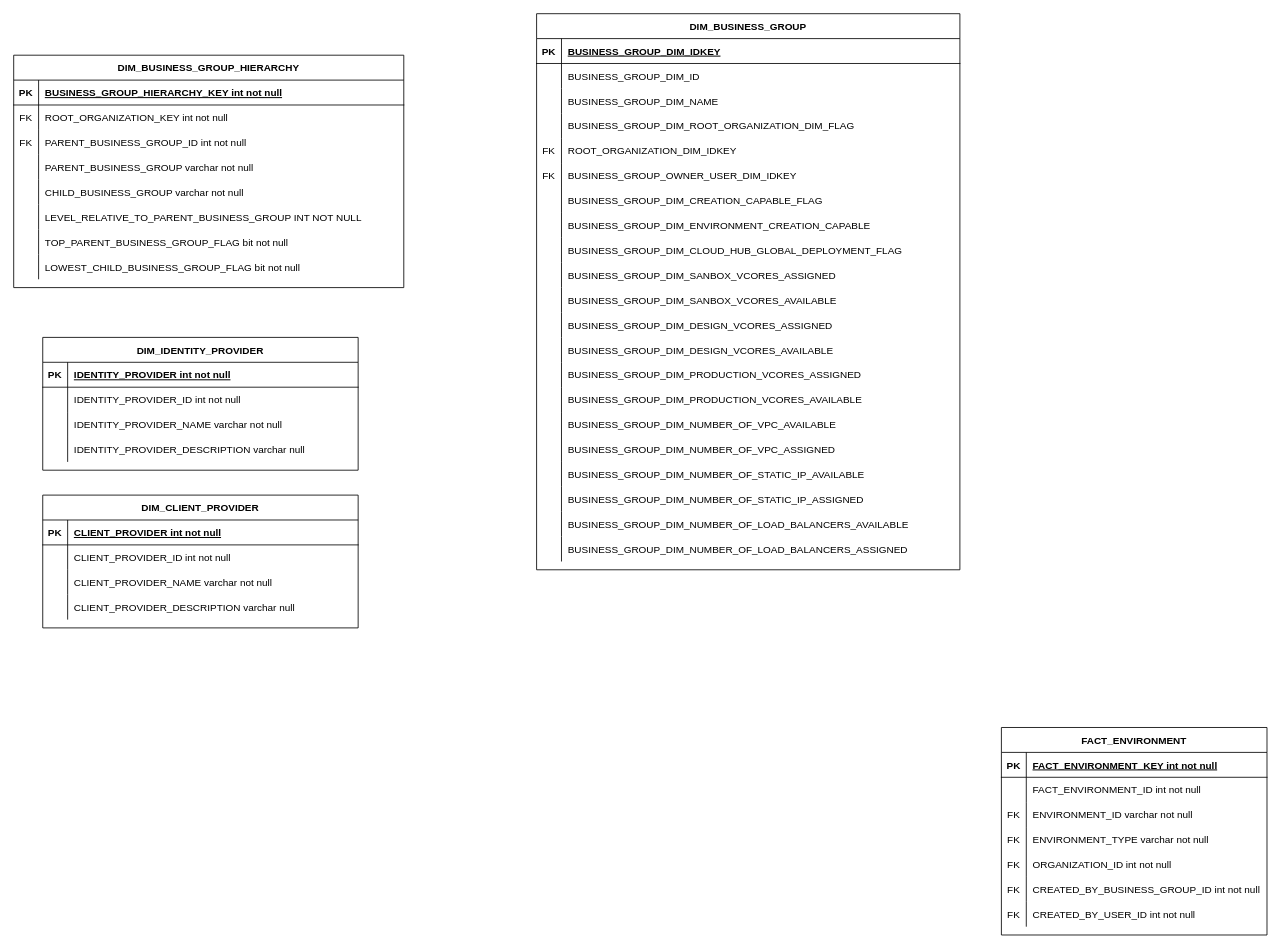
Before: page "PRODUCT DATA MART" (2 of 7) of product/documentation/anypoint_logical_data_model.drawio in sponram/customer_analytics, a draw.io diagram. Source tidied: cells renumbered, new cells numbered last; positions are measured from the earlier drawing's top-left corner, leaving out a move shared by most shapes. Both pictures are drawn from the tidied source at 83%, with x=0, y=0 at pixel (13, 13).
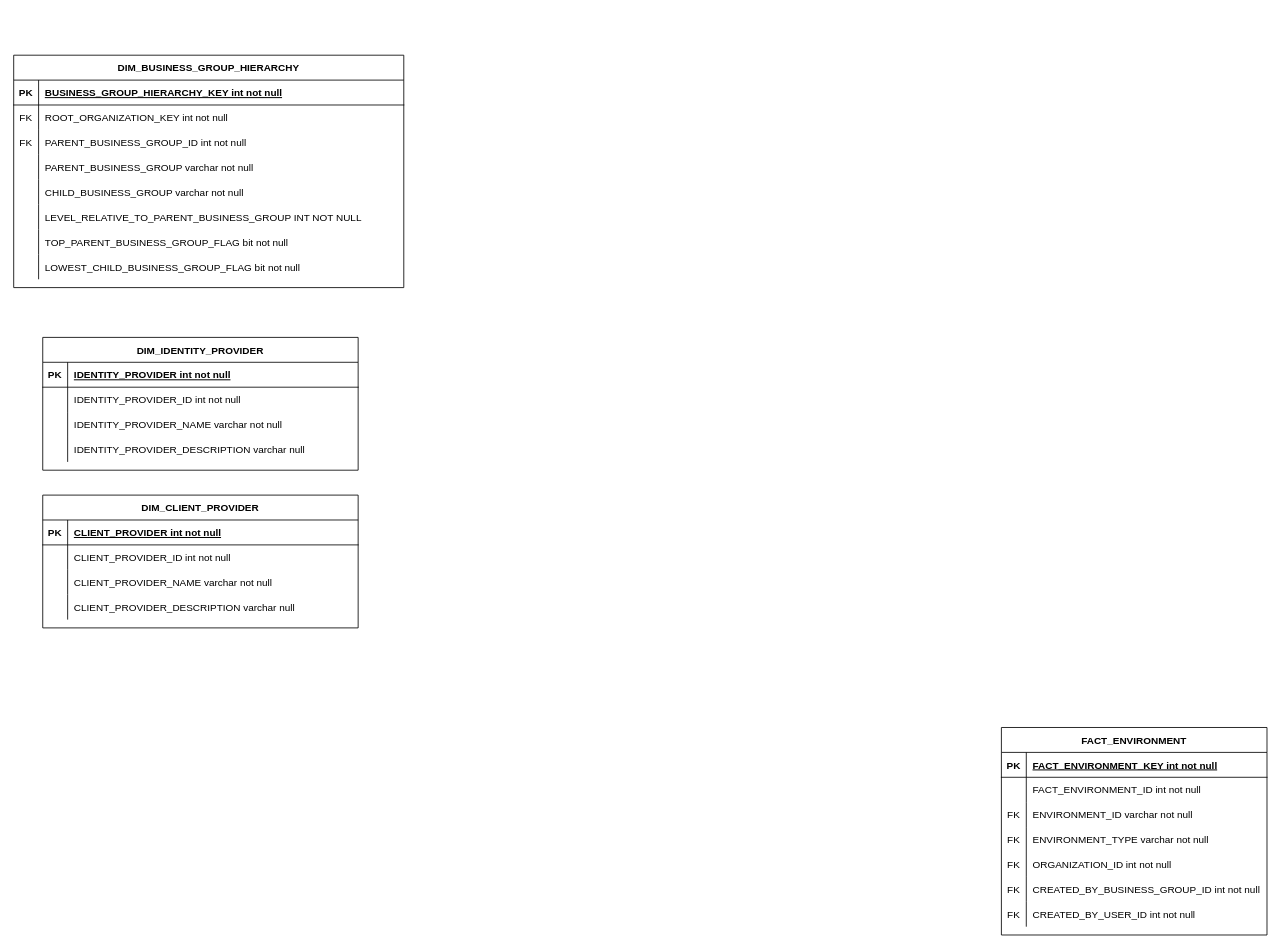
After the change.

Diff of the diagram source:
```diff
@@
-    <mxCell id="27" value="DIM_BUSINESS_GROUP" style="shape=table;startSize=30;childLayout=tableLayout;rowLines=0;fontStyle=1;align=center;fontSize=12;" parent="1" vertex="1">
-      <mxGeometry x="630" width="510" height="670" as="geometry" />
-    </mxCell>
-    <mxCell id="28" style="shape=tableRow;horizontal=0;startSize=0;swimlaneHead=0;swimlaneBody=0;fillColor=none;top=0;left=0;right=0;bottom=1;fontSize=12;" parent="27" vertex="1">
-      <mxGeometry y="30" width="510" height="30" as="geometry" />
-    </mxCell>
-    <mxCell id="29" value="PK" style="shape=partialRectangle;fillColor=none;top=0;left=0;bottom=0;right=0;fontStyle=1;overflow=hidden;fontSize=12;" parent="28" vertex="1">
-      <mxGeometry width="30" height="30" as="geometry" />
-    </mxCell>
-    <mxCell id="30" value="BUSINESS_GROUP_DIM_IDKEY" style="shape=partialRectangle;fillColor=none;top=0;left=0;bottom=0;right=0;align=left;spacingLeft=6;fontStyle=5;overflow=hidden;fontSize=12;" parent="28" vertex="1">
-      <mxGeometry x="30" width="480" height="30" as="geometry" />
-    </mxCell>
-    <mxCell id="31" style="shape=tableRow;horizontal=0;startSize=0;swimlaneHead=0;swimlaneBody=0;fillColor=none;top=0;left=0;right=0;bottom=0;fontSize=12;" parent="27" vertex="1">
-      <mxGeometry y="60" width="510" height="30" as="geometry" />
-    </mxCell>
-    <mxCell id="32" style="shape=partialRectangle;fillColor=none;top=0;left=0;bottom=0;right=0;overflow=hidden;fontSize=12;" parent="31" vertex="1">
-      <mxGeometry width="30" height="30" as="geometry" />
-    </mxCell>
-    <mxCell id="33" value="BUSINESS_GROUP_DIM_ID" style="shape=partialRectangle;fillColor=none;top=0;left=0;bottom=0;right=0;align=left;spacingLeft=6;overflow=hidden;fontSize=12;" parent="31" vertex="1">
-      <mxGeometry x="30" width="480" height="30" as="geometry" />
-    </mxCell>
-    <mxCell id="34" style="shape=tableRow;horizontal=0;startSize=0;swimlaneHead=0;swimlaneBody=0;fillColor=none;top=0;left=0;right=0;bottom=0;fontSize=12;" parent="27" vertex="1">
-      <mxGeometry y="90" width="510" height="30" as="geometry" />
-    </mxCell>
-    <mxCell id="35" style="shape=partialRectangle;fillColor=none;top=0;left=0;bottom=0;right=0;overflow=hidden;fontSize=12;" parent="34" vertex="1">
-      <mxGeometry width="30" height="30" as="geometry" />
-    </mxCell>
-    <mxCell id="36" value="BUSINESS_GROUP_DIM_NAME" style="shape=partialRectangle;fillColor=none;top=0;left=0;bottom=0;right=0;align=left;spacingLeft=6;overflow=hidden;fontSize=12;" parent="34" vertex="1">
-      <mxGeometry x="30" width="480" height="30" as="geometry" />
-    </mxCell>
-    <mxCell id="37" style="shape=tableRow;horizontal=0;startSize=0;swimlaneHead=0;swimlaneBody=0;fillColor=none;top=0;left=0;right=0;bottom=0;fontSize=12;" parent="27" vertex="1">
-      <mxGeometry y="120" width="510" height="30" as="geometry" />
-    </mxCell>
-    <mxCell id="38" style="shape=partialRectangle;fillColor=none;top=0;left=0;bottom=0;right=0;overflow=hidden;fontSize=12;" parent="37" vertex="1">
-      <mxGeometry width="30" height="30" as="geometry" />
-    </mxCell>
-    <mxCell id="39" value="BUSINESS_GROUP_DIM_ROOT_ORGANIZATION_DIM_FLAG" style="shape=partialRectangle;fillColor=none;top=0;left=0;bottom=0;right=0;align=left;spacingLeft=6;overflow=hidden;fontSize=12;" parent="37" vertex="1">
-      <mxGeometry x="30" width="480" height="30" as="geometry" />
-    </mxCell>
-    <mxCell id="40" style="shape=tableRow;horizontal=0;startSize=0;swimlaneHead=0;swimlaneBody=0;fillColor=none;top=0;left=0;right=0;bottom=0;fontSize=12;" parent="27" vertex="1">
-      <mxGeometry y="150" width="510" height="30" as="geometry" />
-    </mxCell>
-    <mxCell id="41" value="FK" style="shape=partialRectangle;fillColor=none;top=0;left=0;bottom=0;right=0;overflow=hidden;fontSize=12;" parent="40" vertex="1">
-      <mxGeometry width="30" height="30" as="geometry" />
-    </mxCell>
-    <mxCell id="42" value="ROOT_ORGANIZATION_DIM_IDKEY" style="shape=partialRectangle;fillColor=none;top=0;left=0;bottom=0;right=0;align=left;spacingLeft=6;overflow=hidden;fontSize=12;" parent="40" vertex="1">
-      <mxGeometry x="30" width="480" height="30" as="geometry" />
-    </mxCell>
-    <mxCell id="43" style="shape=tableRow;horizontal=0;startSize=0;swimlaneHead=0;swimlaneBody=0;fillColor=none;top=0;left=0;right=0;bottom=0;fontSize=12;" parent="27" vertex="1">
-      <mxGeometry y="180" width="510" height="30" as="geometry" />
-    </mxCell>
-    <mxCell id="44" value="FK" style="shape=partialRectangle;fillColor=none;top=0;left=0;bottom=0;right=0;overflow=hidden;fontSize=12;" parent="43" vertex="1">
-      <mxGeometry width="30" height="30" as="geometry" />
-    </mxCell>
-    <mxCell id="45" value="BUSINESS_GROUP_OWNER_USER_DIM_IDKEY" style="shape=partialRectangle;fillColor=none;top=0;left=0;bottom=0;right=0;align=left;spacingLeft=6;overflow=hidden;fontSize=12;" parent="43" vertex="1">
-      <mxGeometry x="30" width="480" height="30" as="geometry" />
-    </mxCell>
-    <mxCell id="46" style="shape=tableRow;horizontal=0;startSize=0;swimlaneHead=0;swimlaneBody=0;fillColor=none;top=0;left=0;right=0;bottom=0;fontSize=12;" parent="27" vertex="1">
-      <mxGeometry y="210" width="510" height="30" as="geometry" />
-    </mxCell>
-    <mxCell id="47" style="shape=partialRectangle;fillColor=none;top=0;left=0;bottom=0;right=0;overflow=hidden;fontSize=12;" parent="46" vertex="1">
-      <mxGeometry width="30" height="30" as="geometry" />
-    </mxCell>
-    <mxCell id="48" value="BUSINESS_GROUP_DIM_CREATION_CAPABLE_FLAG" style="shape=partialRectangle;fillColor=none;top=0;left=0;bottom=0;right=0;align=left;spacingLeft=6;overflow=hidden;fontSize=12;" parent="46" vertex="1">
-      <mxGeometry x="30" width="480" height="30" as="geometry" />
-    </mxCell>
-    <mxCell id="49" style="shape=tableRow;horizontal=0;startSize=0;swimlaneHead=0;swimlaneBody=0;fillColor=none;top=0;left=0;right=0;bottom=0;fontSize=12;" parent="27" vertex="1">
-      <mxGeometry y="240" width="510" height="30" as="geometry" />
-    </mxCell>
-    <mxCell id="50" style="shape=partialRectangle;fillColor=none;top=0;left=0;bottom=0;right=0;overflow=hidden;fontSize=12;" parent="49" vertex="1">
-      <mxGeometry width="30" height="30" as="geometry" />
-    </mxCell>
-    <mxCell id="51" value="BUSINESS_GROUP_DIM_ENVIRONMENT_CREATION_CAPABLE" style="shape=partialRectangle;fillColor=none;top=0;left=0;bottom=0;right=0;align=left;spacingLeft=6;overflow=hidden;fontSize=12;" parent="49" vertex="1">
-      <mxGeometry x="30" width="480" height="30" as="geometry" />
-    </mxCell>
-    <mxCell id="52" style="shape=tableRow;horizontal=0;startSize=0;swimlaneHead=0;swimlaneBody=0;fillColor=none;top=0;left=0;right=0;bottom=0;fontSize=12;" parent="27" vertex="1">
-      <mxGeometry y="270" width="510" height="30" as="geometry" />
-    </mxCell>
-    <mxCell id="53" style="shape=partialRectangle;fillColor=none;top=0;left=0;bottom=0;right=0;overflow=hidden;fontSize=12;" parent="52" vertex="1">
-      <mxGeometry width="30" height="30" as="geometry" />
-    </mxCell>
-    <mxCell id="54" value="BUSINESS_GROUP_DIM_CLOUD_HUB_GLOBAL_DEPLOYMENT_FLAG" style="shape=partialRectangle;fillColor=none;top=0;left=0;bottom=0;right=0;align=left;spacingLeft=6;overflow=hidden;fontSize=12;" parent="52" vertex="1">
-      <mxGeometry x="30" width="480" height="30" as="geometry" />
-    </mxCell>
-    <mxCell id="55" style="shape=tableRow;horizontal=0;startSize=0;swimlaneHead=0;swimlaneBody=0;fillColor=none;top=0;left=0;right=0;bottom=0;fontSize=12;" parent="27" vertex="1">
-      <mxGeometry y="300" width="510" height="30" as="geometry" />
-    </mxCell>
-    <mxCell id="56" style="shape=partialRectangle;fillColor=none;top=0;left=0;bottom=0;right=0;overflow=hidden;fontSize=12;" parent="55" vertex="1">
-      <mxGeometry width="30" height="30" as="geometry" />
-    </mxCell>
-    <mxCell id="57" value="BUSINESS_GROUP_DIM_SANBOX_VCORES_ASSIGNED" style="shape=partialRectangle;fillColor=none;top=0;left=0;bottom=0;right=0;align=left;spacingLeft=6;overflow=hidden;fontSize=12;" parent="55" vertex="1">
-      <mxGeometry x="30" width="480" height="30" as="geometry" />
-    </mxCell>
-    <mxCell id="58" style="shape=tableRow;horizontal=0;startSize=0;swimlaneHead=0;swimlaneBody=0;fillColor=none;top=0;left=0;right=0;bottom=0;fontSize=12;" parent="27" vertex="1">
-      <mxGeometry y="330" width="510" height="30" as="geometry" />
-    </mxCell>
-    <mxCell id="59" style="shape=partialRectangle;fillColor=none;top=0;left=0;bottom=0;right=0;overflow=hidden;fontSize=12;" parent="58" vertex="1">
-      <mxGeometry width="30" height="30" as="geometry" />
-    </mxCell>
-    <mxCell id="60" value="BUSINESS_GROUP_DIM_SANBOX_VCORES_AVAILABLE" style="shape=partialRectangle;fillColor=none;top=0;left=0;bottom=0;right=0;align=left;spacingLeft=6;overflow=hidden;fontSize=12;" parent="58" vertex="1">
-      <mxGeometry x="30" width="480" height="30" as="geometry" />
-    </mxCell>
-    <mxCell id="61" style="shape=tableRow;horizontal=0;startSize=0;swimlaneHead=0;swimlaneBody=0;fillColor=none;top=0;left=0;right=0;bottom=0;fontSize=12;" parent="27" vertex="1">
-      <mxGeometry y="360" width="510" height="30" as="geometry" />
-    </mxCell>
-    <mxCell id="62" style="shape=partialRectangle;fillColor=none;top=0;left=0;bottom=0;right=0;overflow=hidden;fontSize=12;" parent="61" vertex="1">
-      <mxGeometry width="30" height="30" as="geometry" />
-    </mxCell>
-    <mxCell id="63" value="BUSINESS_GROUP_DIM_DESIGN_VCORES_ASSIGNED" style="shape=partialRectangle;fillColor=none;top=0;left=0;bottom=0;right=0;align=left;spacingLeft=6;overflow=hidden;fontSize=12;" parent="61" vertex="1">
-      <mxGeometry x="30" width="480" height="30" as="geometry" />
-    </mxCell>
-    <mxCell id="64" style="shape=tableRow;horizontal=0;startSize=0;swimlaneHead=0;swimlaneBody=0;fillColor=none;top=0;left=0;right=0;bottom=0;fontSize=12;" parent="27" vertex="1">
-      <mxGeometry y="390" width="510" height="30" as="geometry" />
-    </mxCell>
-    <mxCell id="65" style="shape=partialRectangle;fillColor=none;top=0;left=0;bottom=0;right=0;overflow=hidden;fontSize=12;" parent="64" vertex="1">
-      <mxGeometry width="30" height="30" as="geometry" />
-    </mxCell>
-    <mxCell id="66" value="BUSINESS_GROUP_DIM_DESIGN_VCORES_AVAILABLE" style="shape=partialRectangle;fillColor=none;top=0;left=0;bottom=0;right=0;align=left;spacingLeft=6;overflow=hidden;fontSize=12;" parent="64" vertex="1">
-      <mxGeometry x="30" width="480" height="30" as="geometry" />
-    </mxCell>
-    <mxCell id="67" style="shape=tableRow;horizontal=0;startSize=0;swimlaneHead=0;swimlaneBody=0;fillColor=none;top=0;left=0;right=0;bottom=0;fontSize=12;" parent="27" vertex="1">
-      <mxGeometry y="420" width="510" height="30" as="geometry" />
-    </mxCell>
-    <mxCell id="68" style="shape=partialRectangle;fillColor=none;top=0;left=0;bottom=0;right=0;overflow=hidden;fontSize=12;" parent="67" vertex="1">
-      <mxGeometry width="30" height="30" as="geometry" />
-    </mxCell>
-    <mxCell id="69" value="BUSINESS_GROUP_DIM_PRODUCTION_VCORES_ASSIGNED" style="shape=partialRectangle;fillColor=none;top=0;left=0;bottom=0;right=0;align=left;spacingLeft=6;overflow=hidden;fontSize=12;" parent="67" vertex="1">
-      <mxGeometry x="30" width="480" height="30" as="geometry" />
-    </mxCell>
-    <mxCell id="70" style="shape=tableRow;horizontal=0;startSize=0;swimlaneHead=0;swimlaneBody=0;fillColor=none;top=0;left=0;right=0;bottom=0;fontSize=12;" parent="27" vertex="1">
-      <mxGeometry y="450" width="510" height="30" as="geometry" />
-    </mxCell>
-    <mxCell id="71" style="shape=partialRectangle;fillColor=none;top=0;left=0;bottom=0;right=0;overflow=hidden;fontSize=12;" parent="70" vertex="1">
-      <mxGeometry width="30" height="30" as="geometry" />
-    </mxCell>
-    <mxCell id="72" value="BUSINESS_GROUP_DIM_PRODUCTION_VCORES_AVAILABLE" style="shape=partialRectangle;fillColor=none;top=0;left=0;bottom=0;right=0;align=left;spacingLeft=6;overflow=hidden;fontSize=12;" parent="70" vertex="1">
-      <mxGeometry x="30" width="480" height="30" as="geometry" />
-    </mxCell>
-    <mxCell id="73" style="shape=tableRow;horizontal=0;startSize=0;swimlaneHead=0;swimlaneBody=0;fillColor=none;top=0;left=0;right=0;bottom=0;fontSize=12;" parent="27" vertex="1">
-      <mxGeometry y="480" width="510" height="30" as="geometry" />
-    </mxCell>
-    <mxCell id="74" style="shape=partialRectangle;fillColor=none;top=0;left=0;bottom=0;right=0;overflow=hidden;fontSize=12;" parent="73" vertex="1">
-      <mxGeometry width="30" height="30" as="geometry" />
-    </mxCell>
-    <mxCell id="75" value="BUSINESS_GROUP_DIM_NUMBER_OF_VPC_AVAILABLE" style="shape=partialRectangle;fillColor=none;top=0;left=0;bottom=0;right=0;align=left;spacingLeft=6;overflow=hidden;fontSize=12;" parent="73" vertex="1">
-      <mxGeometry x="30" width="480" height="30" as="geometry" />
-    </mxCell>
-    <mxCell id="76" style="shape=tableRow;horizontal=0;startSize=0;swimlaneHead=0;swimlaneBody=0;fillColor=none;top=0;left=0;right=0;bottom=0;fontSize=12;" parent="27" vertex="1">
-      <mxGeometry y="510" width="510" height="30" as="geometry" />
-    </mxCell>
-    <mxCell id="77" style="shape=partialRectangle;fillColor=none;top=0;left=0;bottom=0;right=0;overflow=hidden;fontSize=12;" parent="76" vertex="1">
-      <mxGeometry width="30" height="30" as="geometry" />
-    </mxCell>
-    <mxCell id="78" value="BUSINESS_GROUP_DIM_NUMBER_OF_VPC_ASSIGNED" style="shape=partialRectangle;fillColor=none;top=0;left=0;bottom=0;right=0;align=left;spacingLeft=6;overflow=hidden;fontSize=12;" parent="76" vertex="1">
-      <mxGeometry x="30" width="480" height="30" as="geometry" />
-    </mxCell>
-    <mxCell id="79" style="shape=tableRow;horizontal=0;startSize=0;swimlaneHead=0;swimlaneBody=0;fillColor=none;top=0;left=0;right=0;bottom=0;fontSize=12;" parent="27" vertex="1">
-      <mxGeometry y="540" width="510" height="30" as="geometry" />
-    </mxCell>
-    <mxCell id="80" style="shape=partialRectangle;fillColor=none;top=0;left=0;bottom=0;right=0;overflow=hidden;fontSize=12;" parent="79" vertex="1">
-      <mxGeometry width="30" height="30" as="geometry" />
-    </mxCell>
-    <mxCell id="81" value="BUSINESS_GROUP_DIM_NUMBER_OF_STATIC_IP_AVAILABLE" style="shape=partialRectangle;fillColor=none;top=0;left=0;bottom=0;right=0;align=left;spacingLeft=6;overflow=hidden;fontSize=12;" parent="79" vertex="1">
-      <mxGeometry x="30" width="480" height="30" as="geometry" />
-    </mxCell>
-    <mxCell id="82" style="shape=tableRow;horizontal=0;startSize=0;swimlaneHead=0;swimlaneBody=0;fillColor=none;top=0;left=0;right=0;bottom=0;fontSize=12;" parent="27" vertex="1">
-      <mxGeometry y="570" width="510" height="30" as="geometry" />
-    </mxCell>
-    <mxCell id="83" style="shape=partialRectangle;fillColor=none;top=0;left=0;bottom=0;right=0;overflow=hidden;fontSize=12;" parent="82" vertex="1">
-      <mxGeometry width="30" height="30" as="geometry" />
-    </mxCell>
-    <mxCell id="84" value="BUSINESS_GROUP_DIM_NUMBER_OF_STATIC_IP_ASSIGNED" style="shape=partialRectangle;fillColor=none;top=0;left=0;bottom=0;right=0;align=left;spacingLeft=6;overflow=hidden;fontSize=12;" parent="82" vertex="1">
-      <mxGeometry x="30" width="480" height="30" as="geometry" />
-    </mxCell>
-    <mxCell id="85" style="shape=tableRow;horizontal=0;startSize=0;swimlaneHead=0;swimlaneBody=0;fillColor=none;top=0;left=0;right=0;bottom=0;fontSize=12;" parent="27" vertex="1">
-      <mxGeometry y="600" width="510" height="30" as="geometry" />
-    </mxCell>
-    <mxCell id="86" style="shape=partialRectangle;fillColor=none;top=0;left=0;bottom=0;right=0;overflow=hidden;fontSize=12;" parent="85" vertex="1">
-      <mxGeometry width="30" height="30" as="geometry" />
-    </mxCell>
-    <mxCell id="87" value="BUSINESS_GROUP_DIM_NUMBER_OF_LOAD_BALANCERS_AVAILABLE" style="shape=partialRectangle;fillColor=none;top=0;left=0;bottom=0;right=0;align=left;spacingLeft=6;overflow=hidden;fontSize=12;" parent="85" vertex="1">
-      <mxGeometry x="30" width="480" height="30" as="geometry" />
-    </mxCell>
-    <mxCell id="88" style="shape=tableRow;horizontal=0;startSize=0;swimlaneHead=0;swimlaneBody=0;fillColor=none;top=0;left=0;right=0;bottom=0;fontSize=12;" parent="27" vertex="1">
-      <mxGeometry y="630" width="510" height="30" as="geometry" />
-    </mxCell>
-    <mxCell id="89" style="shape=partialRectangle;fillColor=none;top=0;left=0;bottom=0;right=0;overflow=hidden;fontSize=12;" parent="88" vertex="1">
-      <mxGeometry width="30" height="30" as="geometry" />
-    </mxCell>
-    <mxCell id="90" value="BUSINESS_GROUP_DIM_NUMBER_OF_LOAD_BALANCERS_ASSIGNED" style="shape=partialRectangle;fillColor=none;top=0;left=0;bottom=0;right=0;align=left;spacingLeft=6;overflow=hidden;fontSize=12;" parent="88" vertex="1">
-      <mxGeometry x="30" width="480" height="30" as="geometry" />
-    </mxCell>
```
